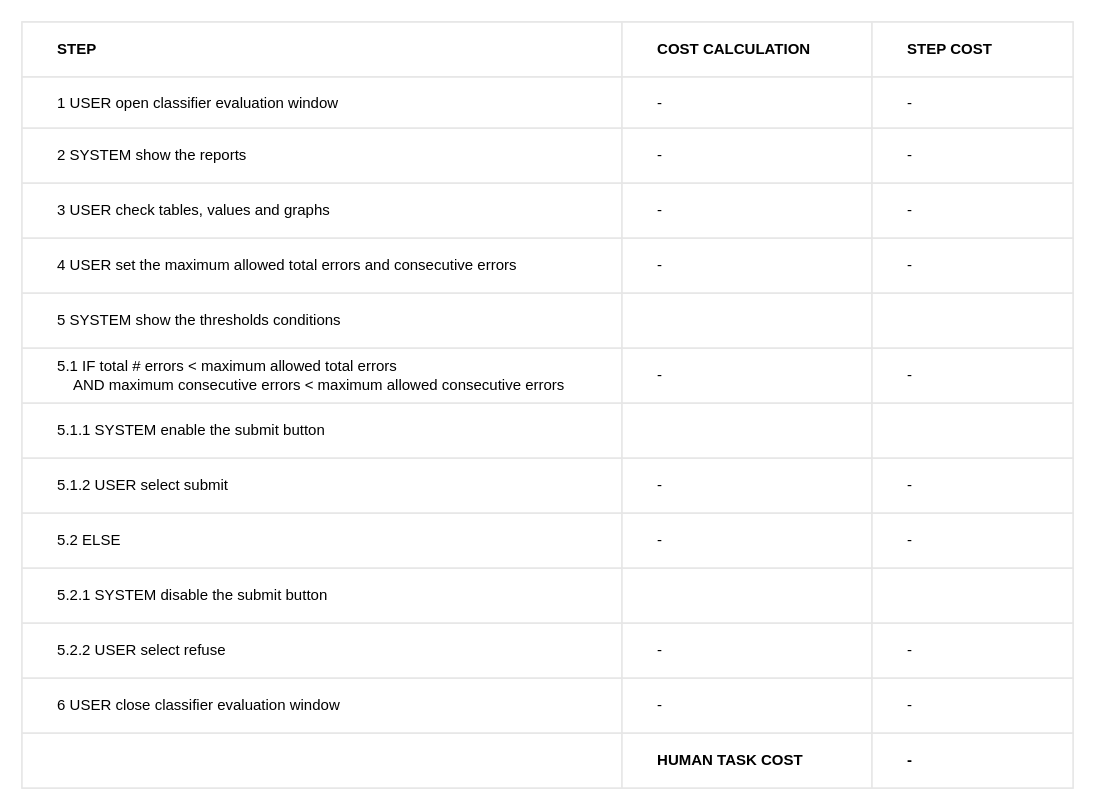
Before: EVALUATE_CLASSIFIER_TABLE.drawio in BaffoBello14/AutomaticDamagesRecognition, a draw.io diagram. Source tidied: cells renumbered, new cells numbered last; positions are measured from the earlier drawing's top-left corner, leaving out a move shared by most shapes. Both pictures are drawn from the tidied source at 125%, with x=0, y=0 at pixel (21, 21).
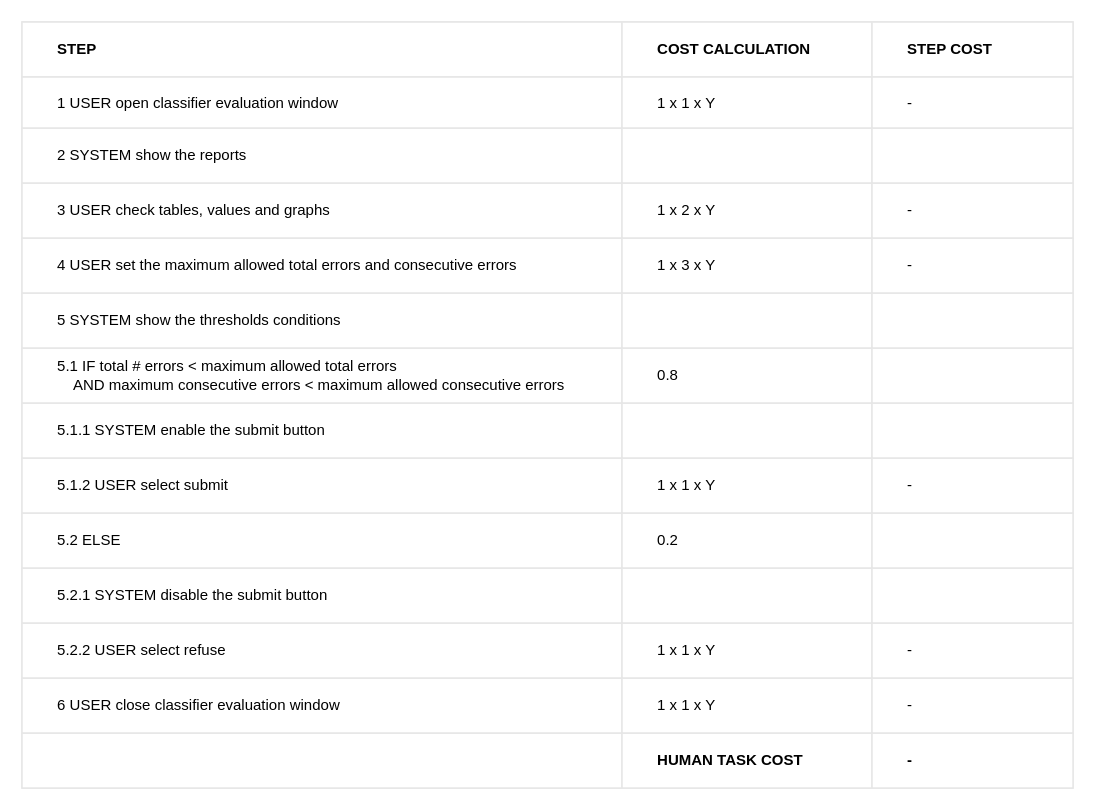
The same diagram, later.

The change refers to these unchanged cells:
```xml
<mxCell id="7" style="shape=tableRow;horizontal=0;startSize=0;swimlaneHead=0;swimlaneBody=0;top=0;left=0;bottom=0;right=0;fontStyle=0;fillColor=none;strokeColor=inherit;align=left;" parent="2" vertex="1">
  <mxGeometry y="44" width="841" height="41" as="geometry" />
</mxCell>
<mxCell id="11" style="shape=tableRow;horizontal=0;startSize=0;swimlaneHead=0;swimlaneBody=0;top=0;left=0;bottom=0;right=0;fontStyle=0;fillColor=none;strokeColor=inherit;" parent="2" vertex="1">
  <mxGeometry y="85" width="841" height="44" as="geometry" />
</mxCell>
<mxCell id="15" style="shape=tableRow;horizontal=0;startSize=0;swimlaneHead=0;swimlaneBody=0;top=0;left=0;bottom=0;right=0;fontStyle=0;fillColor=none;strokeColor=inherit;" parent="2" vertex="1">
  <mxGeometry y="129" width="841" height="44" as="geometry" />
</mxCell>
<mxCell id="19" style="shape=tableRow;horizontal=0;startSize=0;swimlaneHead=0;swimlaneBody=0;top=0;left=0;bottom=0;right=0;fontStyle=0;fillColor=none;strokeColor=inherit;" parent="2" vertex="1">
  <mxGeometry y="173" width="841" height="44" as="geometry" />
</mxCell>
<mxCell id="27" style="shape=tableRow;horizontal=0;startSize=0;swimlaneHead=0;swimlaneBody=0;top=0;left=0;bottom=0;right=0;fontStyle=0;fillColor=none;strokeColor=inherit;" parent="2" vertex="1">
  <mxGeometry y="261" width="841" height="44" as="geometry" />
</mxCell>
<mxCell id="35" style="shape=tableRow;horizontal=0;startSize=0;swimlaneHead=0;swimlaneBody=0;top=0;left=0;bottom=0;right=0;fontStyle=0;fillColor=none;strokeColor=inherit;" parent="2" vertex="1">
  <mxGeometry y="349" width="841" height="44" as="geometry" />
</mxCell>
<mxCell id="39" style="shape=tableRow;horizontal=0;startSize=0;swimlaneHead=0;swimlaneBody=0;top=0;left=0;bottom=0;right=0;fontStyle=0;fillColor=none;strokeColor=inherit;" parent="2" vertex="1">
  <mxGeometry y="393" width="841" height="44" as="geometry" />
</mxCell>
<mxCell id="47" style="shape=tableRow;horizontal=0;startSize=0;swimlaneHead=0;swimlaneBody=0;top=0;left=0;bottom=0;right=0;fontStyle=0;fillColor=none;strokeColor=inherit;" parent="2" vertex="1">
  <mxGeometry y="481" width="841" height="44" as="geometry" />
</mxCell>
<mxCell id="51" style="shape=tableRow;horizontal=0;startSize=0;swimlaneHead=0;swimlaneBody=0;top=0;left=0;bottom=0;right=0;fontStyle=0;fillColor=none;strokeColor=inherit;" parent="2" vertex="1">
  <mxGeometry y="525" width="841" height="44" as="geometry" />
</mxCell>
```

What changed in the source:
```diff
@@
-    <mxCell id="9" value="&lt;span style=&quot;white-space: pre;&quot;&gt;&#9;&lt;/span&gt;-" style="strokeColor=inherit;fillColor=none;align=left;whiteSpace=wrap;html=1;" parent="7" vertex="1">
+    <mxCell id="9" value="&lt;span style=&quot;white-space: pre;&quot;&gt;&#9;&lt;/span&gt;1 x 1 x Y" style="strokeColor=inherit;fillColor=none;align=left;whiteSpace=wrap;html=1;" parent="7" vertex="1">
       <mxGeometry x="480" width="200" height="41" as="geometry" />
     </mxCell>
@@
-    <mxCell id="13" value="&lt;span style=&quot;white-space: pre;&quot;&gt;&#9;&lt;/span&gt;-" style="strokeColor=inherit;fillColor=none;align=left;whiteSpace=wrap;html=1;" parent="11" vertex="1">
+    <mxCell id="13" value="&lt;span style=&quot;white-space: pre;&quot;&gt;&#9;&lt;/span&gt;" style="strokeColor=inherit;fillColor=none;align=left;whiteSpace=wrap;html=1;" parent="11" vertex="1">
       <mxGeometry x="480" width="200" height="44" as="geometry" />
     </mxCell>
-    <mxCell id="14" value="&lt;span style=&quot;white-space: pre;&quot;&gt;&#9;&lt;/span&gt;-" style="strokeColor=inherit;fillColor=none;align=left;whiteSpace=wrap;html=1;" parent="11" vertex="1">
+    <mxCell id="14" style="strokeColor=inherit;fillColor=none;align=left;whiteSpace=wrap;html=1;" parent="11" vertex="1">
       <mxGeometry x="680" width="161" height="44" as="geometry" />
     </mxCell>
@@
-    <mxCell id="17" value="&#9;&lt;span style=&quot;white-space: pre;&quot;&gt;&#9;&lt;/span&gt;-" style="strokeColor=inherit;fillColor=none;align=left;whiteSpace=wrap;html=1;" parent="15" vertex="1">
+    <mxCell id="17" value="&#9;&lt;span style=&quot;white-space: pre;&quot;&gt;&#9;&lt;/span&gt;1 x 2 x Y" style="strokeColor=inherit;fillColor=none;align=left;whiteSpace=wrap;html=1;" parent="15" vertex="1">
       <mxGeometry x="480" width="200" height="44" as="geometry" />
     </mxCell>
@@
-    <mxCell id="21" value="&#9;&lt;span style=&quot;white-space: pre;&quot;&gt;&#9;&lt;/span&gt;-" style="strokeColor=inherit;fillColor=none;align=left;whiteSpace=wrap;html=1;" parent="19" vertex="1">
+    <mxCell id="21" value="&#9;&lt;span style=&quot;white-space: pre;&quot;&gt;&#9;&lt;/span&gt;1 x 3 x Y" style="strokeColor=inherit;fillColor=none;align=left;whiteSpace=wrap;html=1;" parent="19" vertex="1">
       <mxGeometry x="480" width="200" height="44" as="geometry" />
     </mxCell>
@@
-    <mxCell id="29" value="&#9;&lt;span style=&quot;white-space: pre;&quot;&gt;&#9;&lt;/span&gt;-" style="strokeColor=inherit;fillColor=none;align=left;whiteSpace=wrap;html=1;" parent="27" vertex="1">
+    <mxCell id="29" value="&#9;&lt;span style=&quot;white-space: pre;&quot;&gt;&#9;&lt;/span&gt;0.8" style="strokeColor=inherit;fillColor=none;align=left;whiteSpace=wrap;html=1;" parent="27" vertex="1">
       <mxGeometry x="480" width="200" height="44" as="geometry" />
     </mxCell>
-    <mxCell id="30" value="&#9;&lt;span style=&quot;white-space: pre;&quot;&gt;&#9;&lt;/span&gt;-" style="strokeColor=inherit;fillColor=none;align=left;whiteSpace=wrap;html=1;" parent="27" vertex="1">
+    <mxCell id="30" style="strokeColor=inherit;fillColor=none;align=left;whiteSpace=wrap;html=1;" parent="27" vertex="1">
       <mxGeometry x="680" width="161" height="44" as="geometry" />
     </mxCell>
@@
-    <mxCell id="37" value="&#9;&lt;span style=&quot;white-space: pre;&quot;&gt;&#9;&lt;/span&gt;-" style="strokeColor=inherit;fillColor=none;align=left;whiteSpace=wrap;html=1;" parent="35" vertex="1">
+    <mxCell id="37" value="&#9;&lt;span style=&quot;white-space: pre;&quot;&gt;&#9;&lt;/span&gt;1 x 1 x Y" style="strokeColor=inherit;fillColor=none;align=left;whiteSpace=wrap;html=1;" parent="35" vertex="1">
       <mxGeometry x="480" width="200" height="44" as="geometry" />
     </mxCell>
@@
-    <mxCell id="41" value="&#9;&lt;span style=&quot;white-space: pre;&quot;&gt;&#9;&lt;/span&gt;-" style="strokeColor=inherit;fillColor=none;align=left;whiteSpace=wrap;html=1;" parent="39" vertex="1">
+    <mxCell id="41" value="&#9;&lt;span style=&quot;white-space: pre;&quot;&gt;&#9;&lt;/span&gt;0.2" style="strokeColor=inherit;fillColor=none;align=left;whiteSpace=wrap;html=1;" parent="39" vertex="1">
       <mxGeometry x="480" width="200" height="44" as="geometry" />
     </mxCell>
-    <mxCell id="42" value="&#9;&lt;span style=&quot;white-space: pre;&quot;&gt;&#9;&lt;/span&gt;-" style="strokeColor=inherit;fillColor=none;align=left;whiteSpace=wrap;html=1;" parent="39" vertex="1">
+    <mxCell id="42" style="strokeColor=inherit;fillColor=none;align=left;whiteSpace=wrap;html=1;" parent="39" vertex="1">
       <mxGeometry x="680" width="161" height="44" as="geometry" />
     </mxCell>
@@
-    <mxCell id="49" value="&#9;&lt;span style=&quot;white-space: pre;&quot;&gt;&#9;&lt;/span&gt;-" style="strokeColor=inherit;fillColor=none;align=left;whiteSpace=wrap;html=1;" parent="47" vertex="1">
+    <mxCell id="49" value="&#9;&lt;span style=&quot;white-space: pre;&quot;&gt;&#9;&lt;/span&gt;1 x 1 x Y" style="strokeColor=inherit;fillColor=none;align=left;whiteSpace=wrap;html=1;" parent="47" vertex="1">
       <mxGeometry x="480" width="200" height="44" as="geometry" />
     </mxCell>
@@
-    <mxCell id="53" value="&#9;&lt;span style=&quot;white-space: pre;&quot;&gt;&#9;&lt;/span&gt;-" style="strokeColor=inherit;fillColor=none;align=left;whiteSpace=wrap;html=1;" parent="51" vertex="1">
+    <mxCell id="53" value="&#9;&lt;span style=&quot;white-space: pre;&quot;&gt;&#9;&lt;/span&gt;1 x 1 x Y" style="strokeColor=inherit;fillColor=none;align=left;whiteSpace=wrap;html=1;" parent="51" vertex="1">
       <mxGeometry x="480" width="200" height="44" as="geometry" />
     </mxCell>
```
